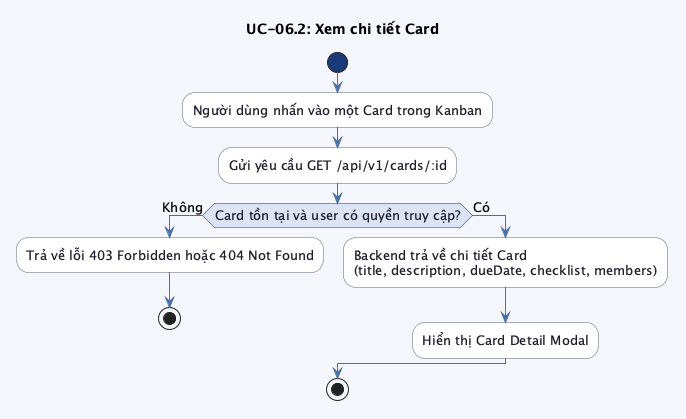
Above: src/images/chap3/activity_uc06_2.png in trongnhan34vn/trello-report (PlantUML), before the change.
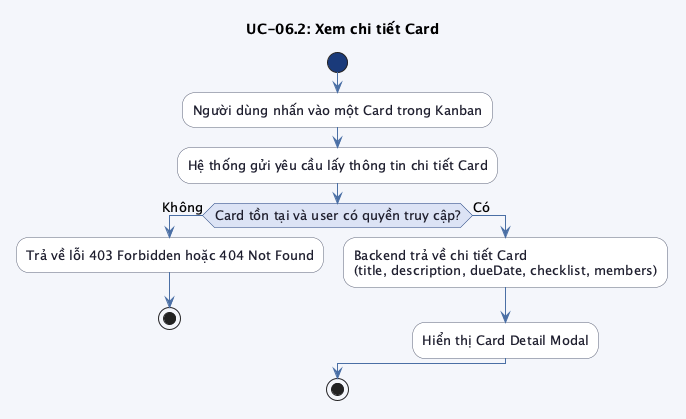
Above is the later version.

Diff of the diagram source:
```diff
@@ -20,7 +20,7 @@
 start
 
 :Người dùng nhấn vào một Card trong Kanban;
-:Gửi yêu cầu GET /api/v1/cards/:id;
+:Hệ thống gửi yêu cầu lấy thông tin chi tiết Card;
 
 if (Card tồn tại và user có quyền truy cập?) then (Không)
     :Trả về lỗi 403 Forbidden hoặc 404 Not Found;
```
